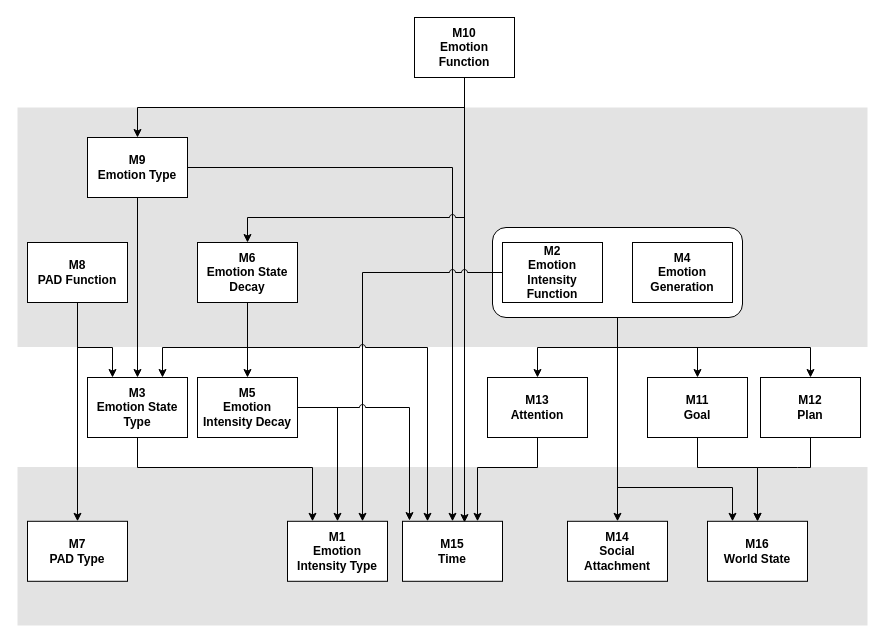
Before: docs/Design/MG/figures/usesHierarchy.drawio in GenevaS/EMgine, a draw.io diagram. Source tidied: cells renumbered, new cells numbered last; positions are measured from the earlier drawing's top-left corner, leaving out a move shared by most shapes. Both pictures are drawn from the tidied source at 100%, with x=0, y=0 at pixel (17, 17).
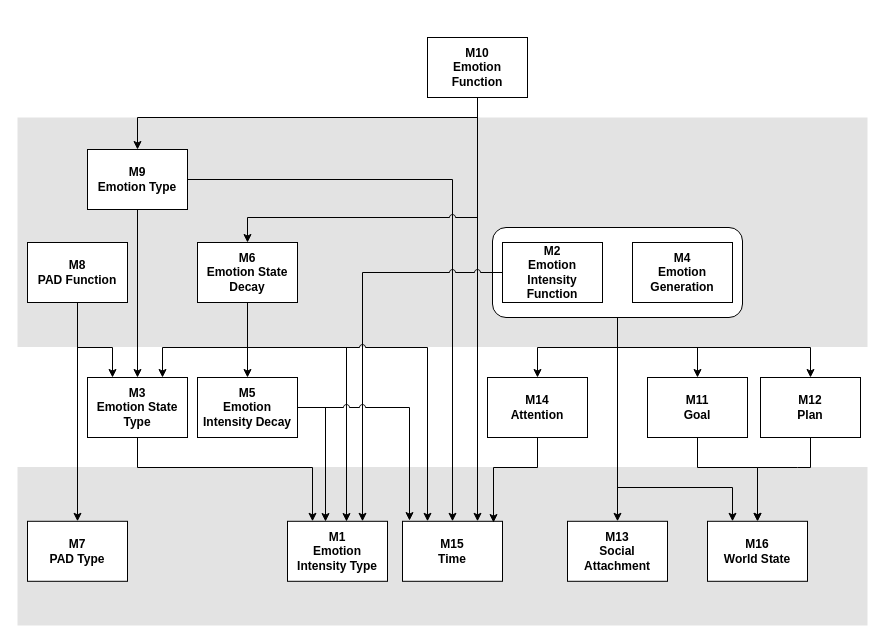
The same page after the edit.

Commit message (it also covers changes not shown here):
Corrections to MG architecture and uses heirarchy diagrams

Unchanged cells that the change refers to:
```xml
<mxCell id="8" value="M1 &lt;br&gt;Emotion Intensity Type" style="rounded=0;whiteSpace=wrap;html=1;fontStyle=1;" parent="1" vertex="1">
  <mxGeometry x="270" y="503.8" width="100" height="60" as="geometry" />
</mxCell>
<mxCell id="16" value="&lt;div&gt;M6&lt;/div&gt;Emotion State Decay" style="rounded=0;whiteSpace=wrap;html=1;fontStyle=1;" parent="1" vertex="1">
  <mxGeometry x="180" y="225" width="100" height="60" as="geometry" />
</mxCell>
<mxCell id="28" value="M15&lt;br&gt;Time" style="rounded=0;whiteSpace=wrap;html=1;fontStyle=1;" parent="1" vertex="1">
  <mxGeometry x="385" y="503.8" width="100" height="60" as="geometry" />
</mxCell>
<mxCell id="39" value="&lt;div&gt;M5&lt;/div&gt;Emotion Intensity Decay" style="rounded=0;whiteSpace=wrap;html=1;fontStyle=1;" parent="1" vertex="1">
  <mxGeometry x="180" y="360" width="100" height="60" as="geometry" />
</mxCell>
```

What changed in the source:
```diff
@@
     <mxCell id="3" style="rounded=0;whiteSpace=wrap;html=1;strokeColor=none;fillColor=#E3E3E3;" parent="1" vertex="1">
-      <mxGeometry y="90" width="850" height="239.5" as="geometry" />
+      <mxGeometry y="100" width="850" height="229.5" as="geometry" />
     </mxCell>
@@
+    <mxCell id="44" style="edgeStyle=orthogonalEdgeStyle;rounded=0;jettySize=auto;html=1;exitX=0.5;exitY=1;exitDx=0;exitDy=0;entryX=0.59;entryY=0.004;entryDx=0;entryDy=0;entryPerimeter=0;" parent="1" edge="1" source="16" target="8">
+      <mxGeometry relative="1" as="geometry">
+        <Array as="points">
+          <mxPoint x="230" y="330" />
+          <mxPoint x="329" y="330" />
+        </Array>
+      </mxGeometry>
+    </mxCell>
@@
     <mxCell id="23" value="M9&lt;br&gt;Emotion Type" style="rounded=0;whiteSpace=wrap;html=1;fontStyle=1;" parent="1" vertex="1">
-      <mxGeometry x="70" y="120" width="100" height="60" as="geometry" />
+      <mxGeometry x="70" y="132" width="100" height="60" as="geometry" />
     </mxCell>
     <mxCell id="24" style="edgeStyle=orthogonalEdgeStyle;rounded=0;sketch=0;jumpStyle=arc;jettySize=auto;html=1;exitX=0.5;exitY=1;exitDx=0;exitDy=0;entryX=0.5;entryY=0;entryDx=0;entryDy=0;shadow=0;" parent="1" edge="1" source="27" target="23">
-      <mxGeometry relative="1" as="geometry" />
+      <mxGeometry relative="1" as="geometry">
+        <Array as="points">
+          <mxPoint x="460" y="100" />
+          <mxPoint x="120" y="100" />
+        </Array>
+      </mxGeometry>
     </mxCell>
     <mxCell id="25" style="edgeStyle=orthogonalEdgeStyle;rounded=0;sketch=0;jumpStyle=arc;jettySize=auto;html=1;exitX=0.5;exitY=1;exitDx=0;exitDy=0;entryX=0.5;entryY=0;entryDx=0;entryDy=0;shadow=0;" parent="1" edge="1" source="27" target="16">
       <mxGeometry relative="1" as="geometry">
         <Array as="points">
-          <mxPoint x="447" y="200" />
+          <mxPoint x="460" y="200" />
           <mxPoint x="230" y="200" />
         </Array>
       </mxGeometry>
     </mxCell>
-    <mxCell id="26" style="edgeStyle=orthogonalEdgeStyle;rounded=0;sketch=0;jumpStyle=arc;jettySize=auto;html=1;exitX=0.5;exitY=1;exitDx=0;exitDy=0;entryX=0.62;entryY=0.021;entryDx=0;entryDy=0;entryPerimeter=0;shadow=0;" parent="1" edge="1" source="27" target="28">
+    <mxCell id="26" style="edgeStyle=orthogonalEdgeStyle;rounded=0;sketch=0;jumpStyle=arc;jettySize=auto;html=1;exitX=0.5;exitY=1;exitDx=0;exitDy=0;entryX=0.75;entryY=0;entryDx=0;entryDy=0;shadow=0;" parent="1" edge="1" source="27" target="28">
       <mxGeometry relative="1" as="geometry" />
     </mxCell>
     <mxCell id="27" value="M10&lt;br&gt;Emotion Function" style="rounded=0;whiteSpace=wrap;html=1;fontStyle=1;" parent="1" vertex="1">
-      <mxGeometry x="397" width="100" height="60" as="geometry" />
+      <mxGeometry x="410" y="20" width="100" height="60" as="geometry" />
     </mxCell>
@@
-    <mxCell id="34" style="edgeStyle=orthogonalEdgeStyle;rounded=0;jumpStyle=arc;jettySize=auto;html=1;exitX=0.5;exitY=1;exitDx=0;exitDy=0;entryX=0.75;entryY=0;entryDx=0;entryDy=0;" parent="1" edge="1" source="35" target="28">
+    <mxCell id="34" style="edgeStyle=orthogonalEdgeStyle;rounded=0;jumpStyle=arc;jettySize=auto;html=1;exitX=0.5;exitY=1;exitDx=0;exitDy=0;entryX=0.91;entryY=0.021;entryDx=0;entryDy=0;entryPerimeter=0;" parent="1" edge="1" source="35" target="28">
       <mxGeometry relative="1" as="geometry">
         <Array as="points">
           <mxPoint x="520" y="450" />
-          <mxPoint x="460" y="450" />
+          <mxPoint x="476" y="450" />
         </Array>
       </mxGeometry>
     </mxCell>
-    <mxCell id="35" value="M13&lt;br&gt;Attention" style="rounded=0;whiteSpace=wrap;html=1;fontStyle=1;" parent="1" vertex="1">
+    <mxCell id="35" value="M14&lt;br&gt;Attention" style="rounded=0;whiteSpace=wrap;html=1;fontStyle=1;" parent="1" vertex="1">
       <mxGeometry x="470" y="360" width="100" height="60" as="geometry" />
     </mxCell>
-    <mxCell id="36" value="M14&lt;br&gt;Social Attachment" style="rounded=0;whiteSpace=wrap;html=1;fontStyle=1;" parent="1" vertex="1">
+    <mxCell id="36" value="M13&lt;br&gt;Social Attachment" style="rounded=0;whiteSpace=wrap;html=1;fontStyle=1;" parent="1" vertex="1">
       <mxGeometry x="550" y="503.8" width="100" height="60" as="geometry" />
     </mxCell>
-    <mxCell id="37" style="edgeStyle=orthogonalEdgeStyle;rounded=0;jettySize=auto;html=1;exitX=1;exitY=0.5;exitDx=0;exitDy=0;entryX=0.5;entryY=0;entryDx=0;entryDy=0;" parent="1" edge="1" source="39" target="8">
+    <mxCell id="37" style="edgeStyle=orthogonalEdgeStyle;rounded=0;jettySize=auto;html=1;exitX=1;exitY=0.5;exitDx=0;exitDy=0;entryX=0.38;entryY=0.004;entryDx=0;entryDy=0;entryPerimeter=0;" parent="1" edge="1" source="39" target="8">
       <mxGeometry relative="1" as="geometry" />
     </mxCell>
```
